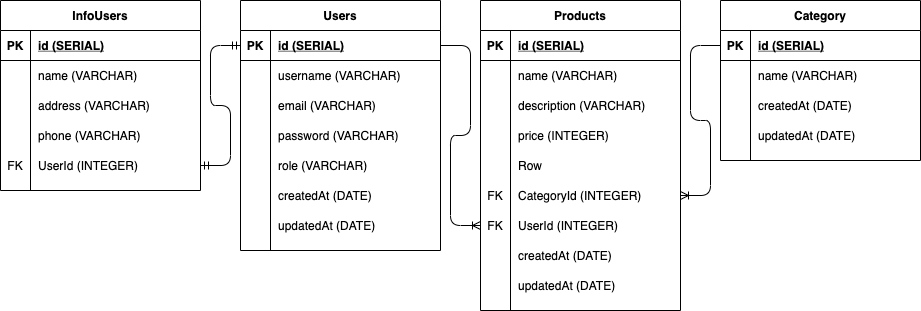
This is schema.png from samuelmtthw/yamahal, a draw.io export, as it was before one commit. Source tidied: cells renumbered, new cells last; positions are measured from the earlier drawing's top-left corner, leaving out a move shared by most shapes.
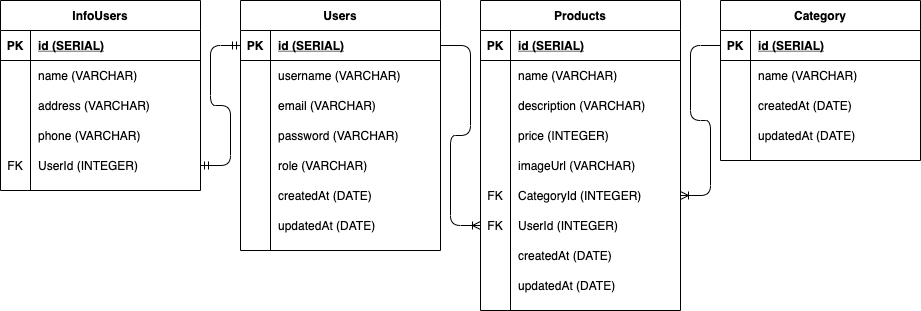
The same file after the commit.

The edit, as a diff of the source:
```diff
@@ -113,7 +113,7 @@
     <mxCell id="38" style="shape=partialRectangle;fillColor=none;top=0;left=0;bottom=0;right=0;overflow=hidden;" parent="37" vertex="1">
       <mxGeometry width="30" height="30" as="geometry" />
     </mxCell>
-    <mxCell id="39" value="Row" style="shape=partialRectangle;fillColor=none;top=0;left=0;bottom=0;right=0;align=left;spacingLeft=6;overflow=hidden;" parent="37" vertex="1">
+    <mxCell id="39" value="imageUrl (VARCHAR)" style="shape=partialRectangle;fillColor=none;top=0;left=0;bottom=0;right=0;align=left;spacingLeft=6;overflow=hidden;" parent="37" vertex="1">
       <mxGeometry x="30" width="170" height="30" as="geometry" />
     </mxCell>
     <mxCell id="40" style="shape=partialRectangle;fillColor=none;top=0;left=0;bottom=0;right=0;points=[[0,0.5],[1,0.5]];portConstraint=eastwest;" parent="24" vertex="1">
```
